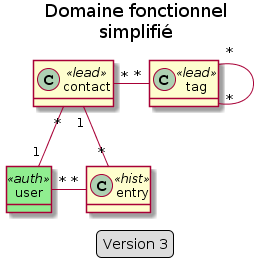
Before: doc/data_model/functional_model_light.png, a diagram exported from PlantUML (freezed/ocp13).
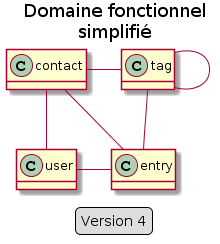
The same diagram one commit later.

Commit message:
Update data model to v4 images

What changed in the source:
```diff
@@ -1,27 +1,27 @@
 @startuml
 title Domaine fonctionnel\nsimplifié
 
-hide <<auth>> circle
 hide empty methods
 skinparam class {
     BackgroundColor<<auth>> lightgreen
 }
 
 
-class contact <<lead>>
-class entry <<hist>>
-class tag <<lead>>
-class user <<auth>>
+class contact
+class entry
+class tag
+class user
 
 
-contact "1" -- "*" entry
-contact "*" -- "1" user
-user "*" - "*" entry
+contact  --  entry
+contact  --  user
+user  -  entry
+tag  -  tag
 
-tag "*" - "*" tag
-contact "*" - "*" tag
+contact  -  tag
+tag  --  entry
 
 legend
-    Version 3
+    Version 4
 endlegend
 @enduml
```
